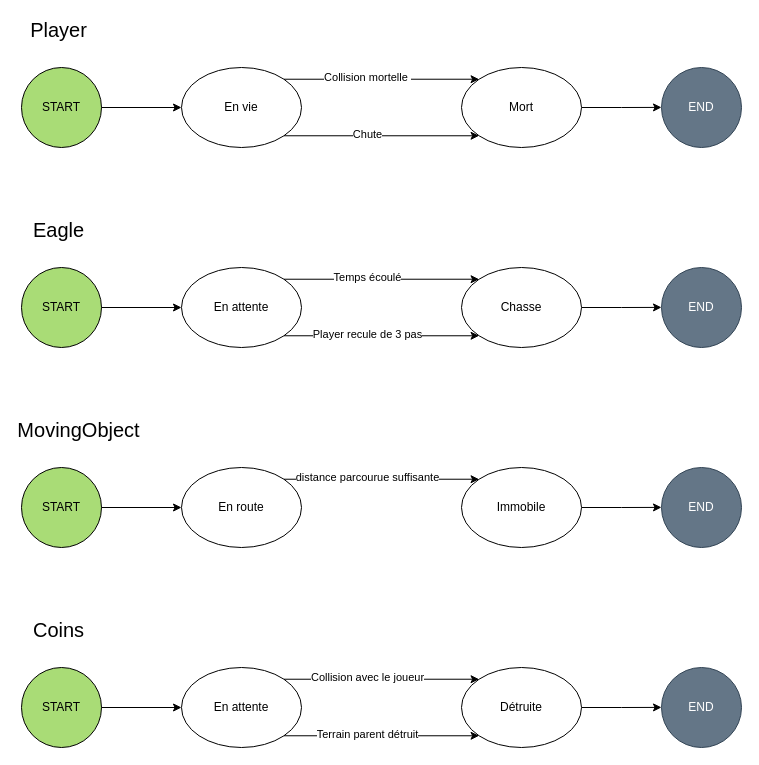
Above: diagramme/UML/drawio/Diagramme_etat_transition.drawio in CrossyRoad-cnam/Docs (draw.io), before the change. Source tidied: cells renumbered, new cells numbered last; positions are measured from the earlier drawing's top-left corner, leaving out a move shared by most shapes. Both pictures are drawn from the tidied source at 100%, with x=0, y=0 at pixel (21, 27).
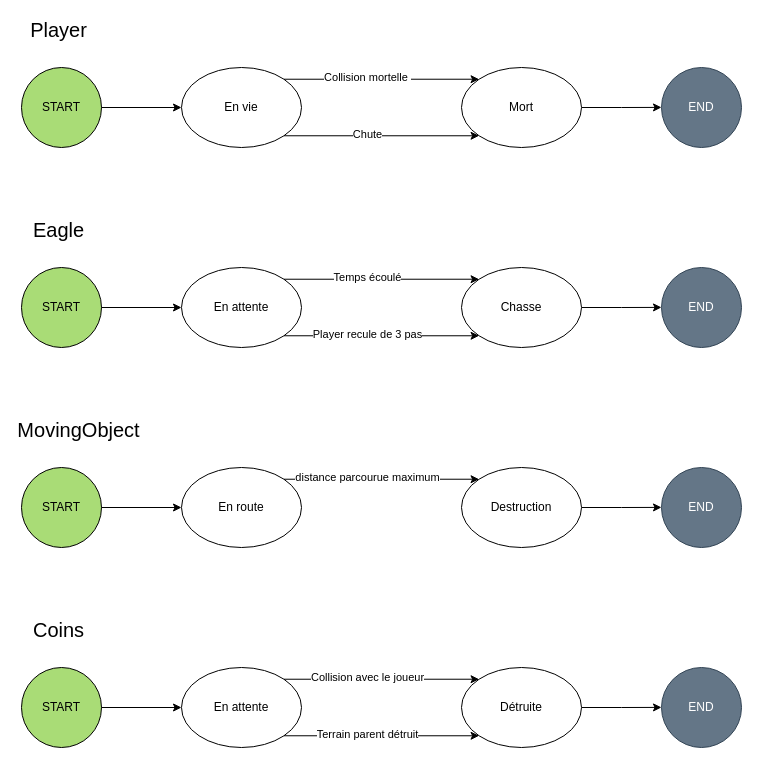
The same page after the edit.

The change refers to these unchanged cells:
```xml
<mxCell id="27" style="edgeStyle=orthogonalEdgeStyle;rounded=0;jettySize=auto;html=1;exitX=1;exitY=0;exitDx=0;exitDy=0;entryX=0;entryY=0;entryDx=0;entryDy=0;" parent="1" edge="1" source="26" target="30">
  <mxGeometry relative="1" as="geometry" />
</mxCell>
```

Diff of the diagram source:
```diff
@@
-    <mxCell id="28" value="distance parcourue suffisante" style="edgeLabel;html=1;align=center;verticalAlign=middle;" parent="27" vertex="1">
+    <mxCell id="28" value="distance parcourue maximum" style="edgeLabel;html=1;align=center;verticalAlign=middle;" parent="27" vertex="1">
       <mxGeometry x="-0.15" y="2" relative="1" as="geometry" />
     </mxCell>
@@
-    <mxCell id="30" value="Immobile" style="ellipse;whiteSpace=wrap;html=1;" parent="1" vertex="1">
+    <mxCell id="30" value="Destruction" style="ellipse;whiteSpace=wrap;html=1;" parent="1" vertex="1">
       <mxGeometry x="440" y="440" width="120" height="80" as="geometry" />
     </mxCell>
```
